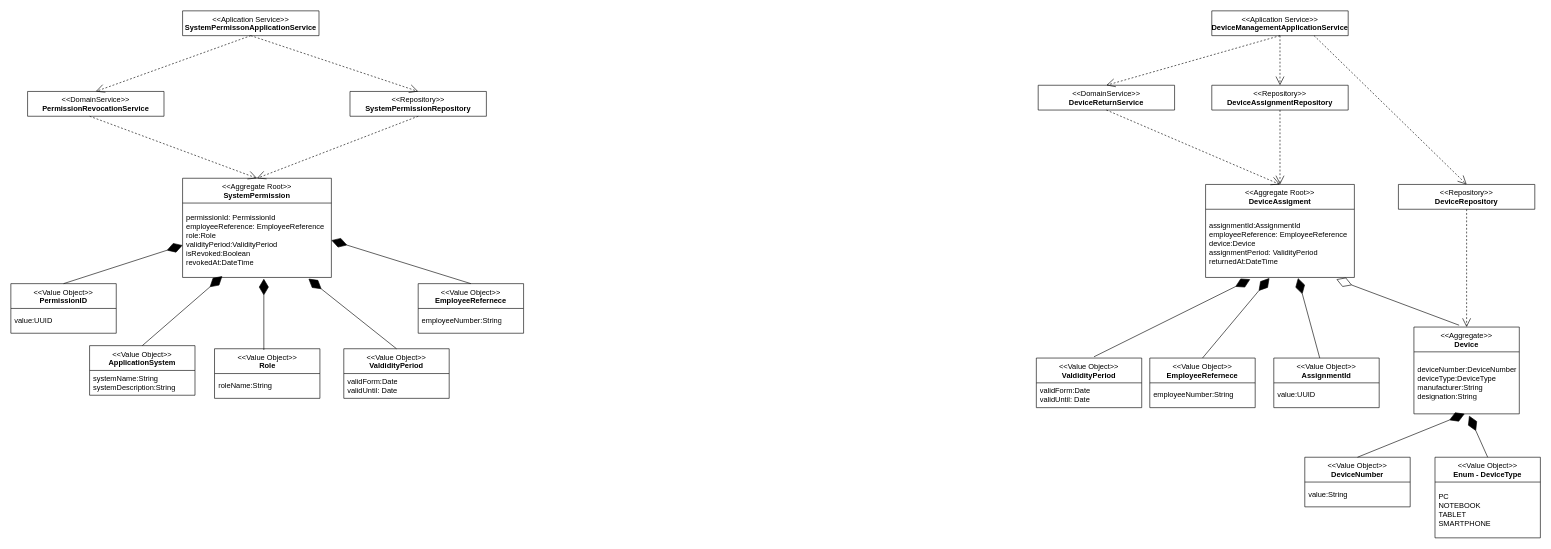
The draw.io diagram uml/device-management.drawio in AlexanderCoopmans/FSE-Mitarbeiterverwaltung-Example, before the edit. Source tidied: cells renumbered, new cells numbered last; positions are measured from the earlier drawing's top-left corner, leaving out a move shared by most shapes. Both pictures are drawn from the tidied source at 62%, with x=0, y=0 at pixel (11, 11).
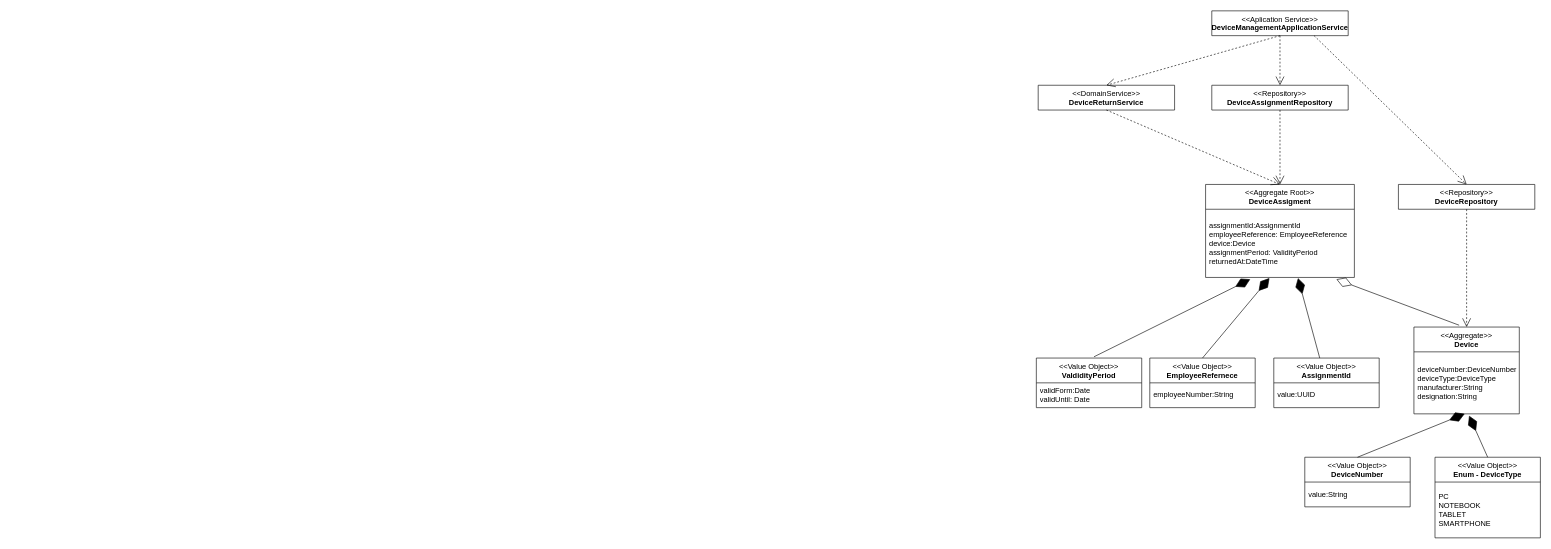
After the change.

Diff of the diagram source:
```diff
@@
-    <mxCell id="2" value="&amp;lt;&amp;lt;Aplication Service&amp;gt;&amp;gt;&lt;div&gt;&lt;b&gt;SystemPermissonApplicationService&lt;/b&gt;&lt;/div&gt;&lt;div&gt;&lt;br&gt;&lt;/div&gt;" style="swimlane;fontStyle=0;align=center;verticalAlign=top;horizontal=1;startSize=40;html=1;whiteSpace=wrap;" parent="1" vertex="1">
-      <mxGeometry x="277" width="220" height="40" as="geometry" />
-    </mxCell>
@@
-    <mxCell id="4" value="&lt;div&gt;&amp;lt;&amp;lt;DomainService&amp;gt;&amp;gt;&lt;div&gt;&lt;b&gt;PermissionRevocationService&lt;/b&gt;&lt;/div&gt;&lt;div&gt;&lt;br&gt;&lt;/div&gt;&lt;/div&gt;" style="swimlane;fontStyle=0;align=center;verticalAlign=top;horizontal=1;startSize=40;html=1;whiteSpace=wrap;" parent="1" vertex="1">
-      <mxGeometry x="27" y="130" width="220" height="40" as="geometry" />
-    </mxCell>
-    <mxCell id="5" value="&lt;div&gt;&lt;div&gt;&amp;lt;&amp;lt;Repository&amp;gt;&amp;gt;&lt;div style=&quot;font-weight: 700;&quot;&gt;SystemPermissionRepository&lt;/div&gt;&lt;/div&gt;&lt;/div&gt;" style="swimlane;fontStyle=0;align=center;verticalAlign=top;horizontal=1;startSize=40;html=1;whiteSpace=wrap;" parent="1" vertex="1">
-      <mxGeometry x="547" y="130" width="220" height="40" as="geometry" />
-    </mxCell>
@@
-    <mxCell id="8" value="&lt;div style=&quot;&quot;&gt;&amp;lt;&amp;lt;Aggregate Root&amp;gt;&amp;gt;&lt;/div&gt;&lt;div style=&quot;font-weight: 700;&quot;&gt;SystemPermission&lt;/div&gt;" style="swimlane;fontStyle=0;align=center;verticalAlign=top;horizontal=1;startSize=40;html=1;whiteSpace=wrap;" parent="1" vertex="1">
-      <mxGeometry x="277" y="270" width="240" height="160" as="geometry" />
-    </mxCell>
-    <mxCell id="9" value="permissionId: PermissionId&lt;div&gt;employeeReference: E&lt;span style=&quot;background-color: transparent; color: light-dark(rgb(0, 0, 0), rgb(255, 255, 255));&quot;&gt;mployeeReference&lt;/span&gt;&lt;/div&gt;&lt;div&gt;&lt;span style=&quot;background-color: transparent; color: light-dark(rgb(0, 0, 0), rgb(255, 255, 255));&quot;&gt;role:Role&lt;/span&gt;&lt;/div&gt;&lt;div&gt;&lt;span style=&quot;background-color: transparent; color: light-dark(rgb(0, 0, 0), rgb(255, 255, 255));&quot;&gt;validityPeriod:V&lt;/span&gt;&lt;span style=&quot;background-color: transparent; color: light-dark(rgb(0, 0, 0), rgb(255, 255, 255));&quot;&gt;alidityPeriod&lt;/span&gt;&lt;/div&gt;&lt;div&gt;&lt;span style=&quot;background-color: transparent; color: light-dark(rgb(0, 0, 0), rgb(255, 255, 255));&quot;&gt;isRevoked:Boolean&lt;/span&gt;&lt;/div&gt;&lt;div&gt;&lt;span style=&quot;background-color: transparent; color: light-dark(rgb(0, 0, 0), rgb(255, 255, 255));&quot;&gt;revokedAt:DateTime&lt;/span&gt;&lt;/div&gt;" style="text;html=1;strokeColor=none;fillColor=none;align=left;verticalAlign=middle;spacingLeft=4;spacingRight=4;overflow=hidden;points=[[0,0.5],[1,0.5]];portConstraint=eastwest;whiteSpace=wrap;" parent="8" vertex="1">
-      <mxGeometry y="40" width="240" height="120" as="geometry" />
-    </mxCell>
@@
-    <mxCell id="15" value="&lt;div style=&quot;&quot;&gt;&amp;lt;&amp;lt;Value Object&amp;gt;&amp;gt;&lt;/div&gt;&lt;div style=&quot;font-weight: 700;&quot;&gt;PermissionID&lt;/div&gt;" style="swimlane;fontStyle=0;align=center;verticalAlign=top;horizontal=1;startSize=40;html=1;whiteSpace=wrap;" parent="1" vertex="1">
-      <mxGeometry y="440" width="170" height="80" as="geometry" />
-    </mxCell>
-    <mxCell id="16" value="value:UUID" style="text;html=1;strokeColor=none;fillColor=none;align=left;verticalAlign=middle;spacingLeft=4;spacingRight=4;overflow=hidden;whiteSpace=wrap;" parent="15" vertex="1">
-      <mxGeometry y="40" width="170" height="40" as="geometry" />
-    </mxCell>
-    <mxCell id="17" value="&lt;div style=&quot;&quot;&gt;&amp;lt;&amp;lt;Value Object&amp;gt;&amp;gt;&lt;/div&gt;&lt;div style=&quot;font-weight: 700;&quot;&gt;ApplicationSystem&lt;/div&gt;" style="swimlane;fontStyle=0;align=center;verticalAlign=top;horizontal=1;startSize=40;html=1;whiteSpace=wrap;" parent="1" vertex="1">
-      <mxGeometry x="127" y="540" width="170" height="80" as="geometry" />
-    </mxCell>
-    <mxCell id="18" value="systemName:String&lt;div&gt;systemDescription:String&lt;/div&gt;" style="text;html=1;strokeColor=none;fillColor=none;align=left;verticalAlign=middle;spacingLeft=4;spacingRight=4;overflow=hidden;whiteSpace=wrap;" parent="17" vertex="1">
-      <mxGeometry y="40" width="170" height="40" as="geometry" />
-    </mxCell>
-    <mxCell id="19" value="&lt;div style=&quot;&quot;&gt;&amp;lt;&amp;lt;Value Object&amp;gt;&amp;gt;&lt;/div&gt;&lt;div style=&quot;font-weight: 700;&quot;&gt;Role&lt;/div&gt;" style="swimlane;fontStyle=0;align=center;verticalAlign=top;horizontal=1;startSize=40;html=1;whiteSpace=wrap;" parent="1" vertex="1">
-      <mxGeometry x="328.5" y="545" width="170" height="80" as="geometry" />
-    </mxCell>
-    <mxCell id="20" value="roleName:String" style="text;html=1;strokeColor=none;fillColor=none;align=left;verticalAlign=middle;spacingLeft=4;spacingRight=4;overflow=hidden;whiteSpace=wrap;" parent="19" vertex="1">
-      <mxGeometry y="40" width="170" height="40" as="geometry" />
-    </mxCell>
-    <mxCell id="21" value="&lt;div style=&quot;&quot;&gt;&amp;lt;&amp;lt;Value Object&amp;gt;&amp;gt;&lt;/div&gt;&lt;div style=&quot;font-weight: 700;&quot;&gt;ValdidityPeriod&lt;/div&gt;" style="swimlane;fontStyle=0;align=center;verticalAlign=top;horizontal=1;startSize=40;html=1;whiteSpace=wrap;" parent="1" vertex="1">
-      <mxGeometry x="537" y="545" width="170" height="80" as="geometry" />
-    </mxCell>
-    <mxCell id="22" value="validForm:Date&lt;div&gt;validUntil: Date&lt;/div&gt;" style="text;html=1;strokeColor=none;fillColor=none;align=left;verticalAlign=middle;spacingLeft=4;spacingRight=4;overflow=hidden;whiteSpace=wrap;" parent="21" vertex="1">
-      <mxGeometry y="40" width="170" height="40" as="geometry" />
-    </mxCell>
-    <mxCell id="23" value="&lt;div style=&quot;&quot;&gt;&amp;lt;&amp;lt;Value Object&amp;gt;&amp;gt;&lt;/div&gt;&lt;div style=&quot;font-weight: 700;&quot;&gt;EmployeeRefernece&lt;/div&gt;" style="swimlane;fontStyle=0;align=center;verticalAlign=top;horizontal=1;startSize=40;html=1;whiteSpace=wrap;" parent="1" vertex="1">
-      <mxGeometry x="657" y="440" width="170" height="80" as="geometry" />
-    </mxCell>
-    <mxCell id="24" value="employeeNumber:String" style="text;html=1;strokeColor=none;fillColor=none;align=left;verticalAlign=middle;spacingLeft=4;spacingRight=4;overflow=hidden;whiteSpace=wrap;" parent="23" vertex="1">
-      <mxGeometry y="40" width="170" height="40" as="geometry" />
-    </mxCell>
@@
-    <mxCell id="45" style="endArrow=open;endSize=12;dashed=1;html=1;rounded=0;exitX=0.5;exitY=1;exitDx=0;exitDy=0;entryX=0.5;entryY=0;entryDx=0;entryDy=0;" parent="1" edge="1" source="2" target="4">
-      <mxGeometry relative="1" as="geometry" />
-    </mxCell>
-    <mxCell id="46" style="endArrow=open;endSize=12;dashed=1;html=1;rounded=0;entryX=0.5;entryY=0;entryDx=0;entryDy=0;" parent="1" edge="1" target="5">
-      <mxGeometry relative="1" as="geometry">
-        <mxPoint x="387" y="40" as="sourcePoint" />
-      </mxGeometry>
-    </mxCell>
-    <mxCell id="47" style="endArrow=open;endSize=12;dashed=1;html=1;rounded=0;exitX=0.5;exitY=1;exitDx=0;exitDy=0;entryX=0.5;entryY=0;entryDx=0;entryDy=0;" parent="1" edge="1" source="5" target="8">
-      <mxGeometry relative="1" as="geometry" />
-    </mxCell>
-    <mxCell id="48" style="endArrow=open;endSize=12;dashed=1;html=1;rounded=0;entryX=0.5;entryY=0;entryDx=0;entryDy=0;exitX=0.455;exitY=1;exitDx=0;exitDy=0;exitPerimeter=0;" parent="1" edge="1" source="4" target="8">
-      <mxGeometry relative="1" as="geometry" />
-    </mxCell>
-    <mxCell id="49" style="endArrow=diamondThin;endFill=1;endSize=24;html=1;rounded=0;exitX=0.5;exitY=0;exitDx=0;exitDy=0;entryX=0;entryY=0.567;entryDx=0;entryDy=0;entryPerimeter=0;" parent="1" edge="1" source="15" target="9">
-      <mxGeometry relative="1" as="geometry" />
-    </mxCell>
-    <mxCell id="50" style="endArrow=diamondThin;endFill=1;endSize=24;html=1;rounded=0;exitX=0.5;exitY=0;exitDx=0;exitDy=0;entryX=0.267;entryY=0.983;entryDx=0;entryDy=0;entryPerimeter=0;" parent="1" edge="1" source="17" target="9">
-      <mxGeometry relative="1" as="geometry" />
-    </mxCell>
-    <mxCell id="51" style="endArrow=diamondThin;endFill=1;endSize=24;html=1;rounded=0;exitX=0.468;exitY=0.025;exitDx=0;exitDy=0;entryX=0.546;entryY=1.017;entryDx=0;entryDy=0;entryPerimeter=0;exitPerimeter=0;" parent="1" edge="1" source="19" target="9">
-      <mxGeometry relative="1" as="geometry" />
-    </mxCell>
-    <mxCell id="52" style="endArrow=diamondThin;endFill=1;endSize=24;html=1;rounded=0;exitX=0.5;exitY=0;exitDx=0;exitDy=0;entryX=0.846;entryY=1.017;entryDx=0;entryDy=0;entryPerimeter=0;" parent="1" edge="1" source="21" target="9">
-      <mxGeometry relative="1" as="geometry" />
-    </mxCell>
-    <mxCell id="53" style="endArrow=diamondThin;endFill=1;endSize=24;html=1;rounded=0;exitX=0.5;exitY=0;exitDx=0;exitDy=0;entryX=1;entryY=0.5;entryDx=0;entryDy=0;" parent="1" edge="1" source="23" target="9">
-      <mxGeometry relative="1" as="geometry" />
-    </mxCell>
```
